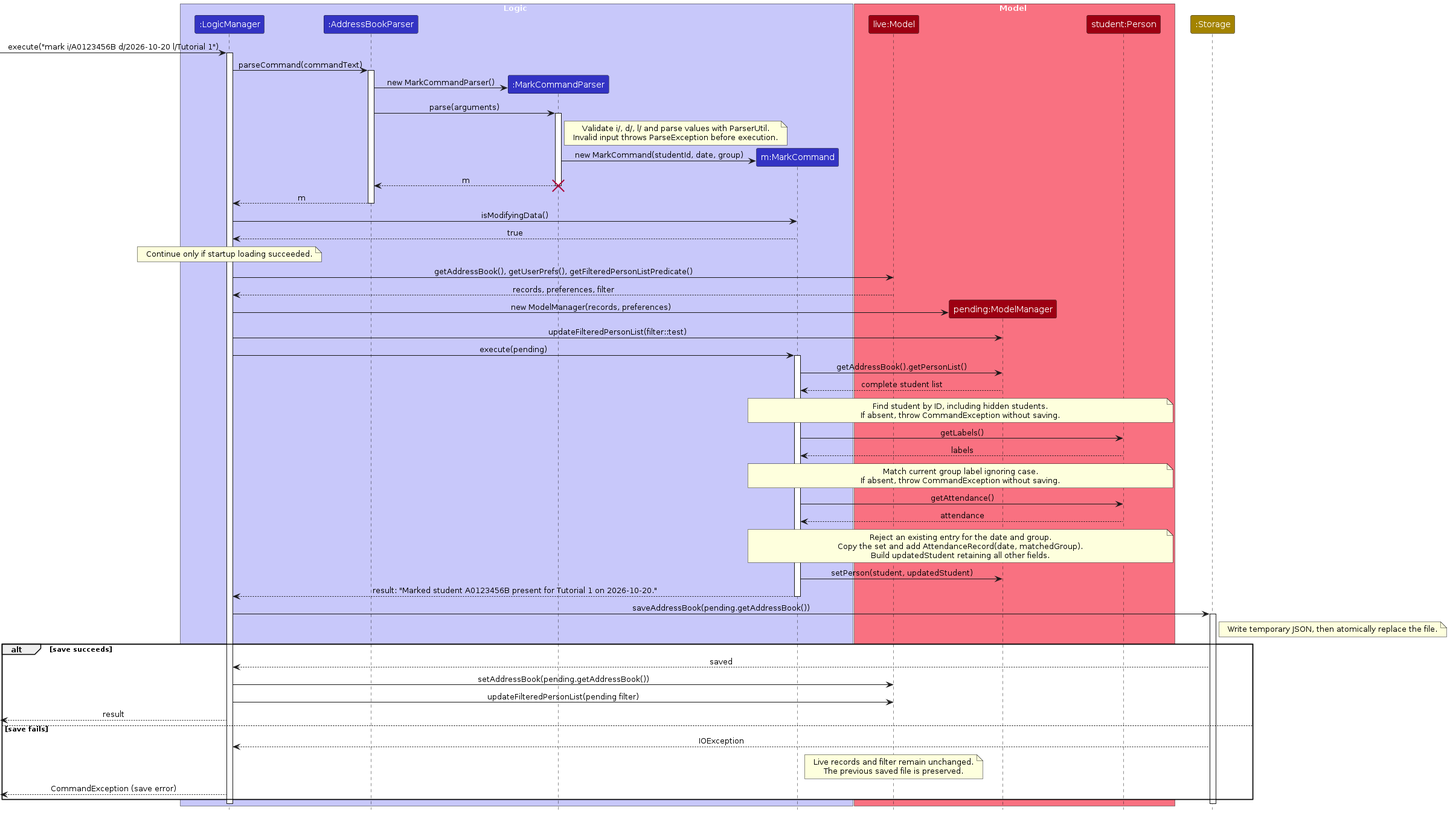
AY2627S1-CS2103T-F12-1/tp keeps this PlantUML diagram as diagrams/MarkSequenceDiagram.png. Above is the earlier version. Its source is kept beside it as diagrams/MarkSequenceDiagram.puml.
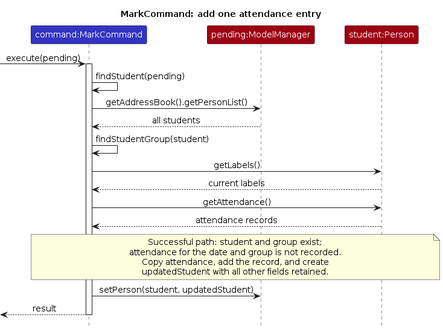
The same diagram one commit later.

Change to the diagram source:
```diff
@@ -2,90 +2,27 @@
 !include style.puml
 skinparam ArrowFontStyle plain
 
-box Logic LOGIC_COLOR_T1
-participant ":LogicManager" as Logic LOGIC_COLOR
-participant ":AddressBookParser" as Parser LOGIC_COLOR
-participant ":MarkCommandParser" as MarkParser LOGIC_COLOR
-participant "m:MarkCommand" as Command LOGIC_COLOR
-end box
-box Model MODEL_COLOR_T1
-participant "live:Model" as Live MODEL_COLOR
-participant "pending:ModelManager" as Pending MODEL_COLOR
+title MarkCommand: add one attendance entry
+participant "command:MarkCommand" as Command LOGIC_COLOR
+participant "pending:ModelManager" as Model MODEL_COLOR
 participant "student:Person" as Student MODEL_COLOR
-end box
-participant ":Storage" as Storage STORAGE_COLOR
-
-[-> Logic : execute("mark i/A0123456B d/2026-10-20 l/Tutorial 1")
-activate Logic
-Logic -> Parser : parseCommand(commandText)
-activate Parser
-create MarkParser
-Parser -> MarkParser : new MarkCommandParser()
-Parser -> MarkParser : parse(arguments)
-activate MarkParser
-note right of MarkParser
-Validate i/, d/, l/ and parse values with ParserUtil.
-Invalid input throws ParseException before execution.
+[-> Command : execute(pending)
+activate Command
+Command -> Command : findStudent(pending)
+Command -> Model : getAddressBook().getPersonList()
+Model --> Command : all students
+Command -> Command : findStudentGroup(student)
+Command -> Student : getLabels()
+Student --> Command : current labels
+Command -> Student : getAttendance()
+Student --> Command : attendance records
+note over Command, Student
+Successful path: student and group exist;
+attendance for the date and group is not recorded.
+Copy attendance, add the record, and create
+updatedStudent with all other fields retained.
 end note
-create Command
-MarkParser -> Command : new MarkCommand(studentId, date, group)
-MarkParser --> Parser : m
-deactivate MarkParser
-destroy MarkParser
-Parser --> Logic : m
-deactivate Parser
-Logic -> Command : isModifyingData()
-Command --> Logic : true
-note over Logic
-Continue only if startup loading succeeded.
-end note
-Logic -> Live : getAddressBook(), getUserPrefs(), getFilteredPersonListPredicate()
-Live --> Logic : records, preferences, filter
-create Pending
-Logic -> Pending : new ModelManager(records, preferences)
-Logic -> Pending : updateFilteredPersonList(filter::test)
-Logic -> Command : execute(pending)
-activate Command
-Command -> Pending : getAddressBook().getPersonList()
-Pending --> Command : complete student list
-note over Command, Student
-Find student by ID, including hidden students.
-If absent, throw CommandException without saving.
-end note
-Command -> Student : getLabels()
-Student --> Command : labels
-note over Command, Student
-Match current group label ignoring case.
-If absent, throw CommandException without saving.
-end note
-Command -> Student : getAttendance()
-Student --> Command : attendance
-note over Command, Student
-Reject an existing entry for the date and group.
-Copy the set and add AttendanceRecord(date, matchedGroup).
-Build updatedStudent retaining all other fields.
-end note
-Command -> Pending : setPerson(student, updatedStudent)
-Command --> Logic : result: "Marked student A0123456B present for Tutorial 1 on 2026-10-20."
+Command -> Model : setPerson(student, updatedStudent)
+[<-- Command : result
 deactivate Command
-Logic -> Storage : saveAddressBook(pending.getAddressBook())
-activate Storage
-note right of Storage
-Write temporary JSON, then atomically replace the file.
-end note
-alt save succeeds
-Storage --> Logic : saved
-Logic -> Live : setAddressBook(pending.getAddressBook())
-Logic -> Live : updateFilteredPersonList(pending filter)
-[<-- Logic : result
-else save fails
-Storage --> Logic : IOException
-note over Live
-Live records and filter remain unchanged.
-The previous saved file is preserved.
-end note
-[<-- Logic : CommandException (save error)
-end
-deactivate Storage
-deactivate Logic
 @enduml
```
